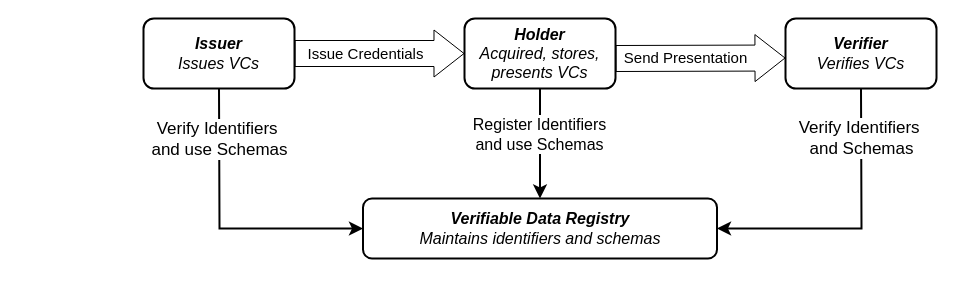
The draw.io diagram diagrams/ecosystem.drawio in w3c/vc-data-model, before the edit. Source tidied: cells renumbered, new cells numbered last; positions are measured from the earlier drawing's top-left corner, leaving out a move shared by most shapes. Both pictures are drawn from the tidied source at 100%, with x=0, y=0 at pixel (26, 18).
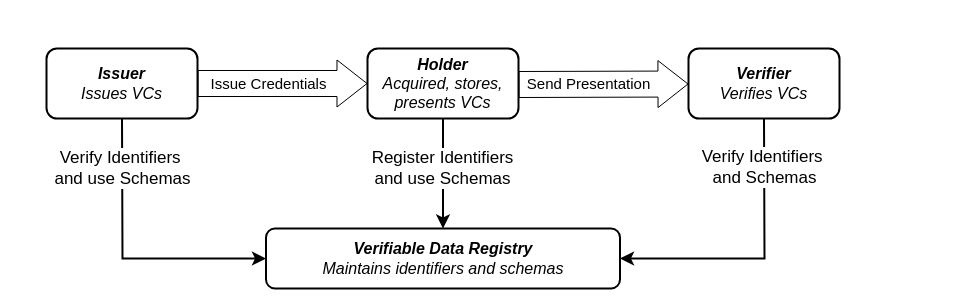
After the change.

The edit, as a diff of the source:
```diff
@@
+    <mxCell id="4" style="edgeStyle=none;curved=1;rounded=0;orthogonalLoop=1;jettySize=auto;html=1;exitX=0;exitY=0.5;exitDx=0;exitDy=0;fontSize=12;startSize=8;endSize=8;" parent="1" edge="1">
+      <mxGeometry relative="1" as="geometry">
+        <mxPoint y="101" as="sourcePoint" />
+        <mxPoint y="101" as="targetPoint" />
+      </mxGeometry>
+    </mxCell>
+    <mxCell id="17" style="group;" parent="1" vertex="1">
+      <mxGeometry x="20" y="30" width="793" height="240" as="geometry" />
+    </mxCell>
-    <mxCell id="2" style="endArrow=classic;html=1;rounded=0;fontSize=12;startSize=8;endSize=8;curved=1;strokeWidth=2;exitX=0.5;exitY=1;exitDx=0;exitDy=0;entryX=0.5;entryY=0;entryDx=0;entryDy=0;" parent="1" edge="1" source="6" target="5">
+    <mxCell id="2" style="endArrow=classic;html=1;rounded=0;fontSize=12;startSize=8;endSize=8;curved=1;strokeWidth=2;exitX=0.5;exitY=1;exitDx=0;exitDy=0;entryX=0.5;entryY=0;entryDx=0;entryDy=0;" parent="17" edge="1" source="6" target="5">
       <mxGeometry relative="1" as="geometry" />
     </mxCell>
-    <mxCell id="3" value="Register Identifiers&lt;div&gt;and use Schemas&lt;/div&gt;" style="edgeLabel;html=1;align=center;verticalAlign=middle;fontSize=16;" parent="2" vertex="1">
-      <mxGeometry x="-0.18" y="-1" relative="1" as="geometry" />
+    <mxCell id="3" value="&lt;font style=&quot;font-size: 17px;&quot;&gt;Register Identifiers&lt;/font&gt;&lt;div style=&quot;font-size: 17px;&quot;&gt;&lt;font style=&quot;font-size: 17px;&quot;&gt;and use Schemas&lt;/font&gt;&lt;/div&gt;" style="edgeLabel;html=1;align=center;verticalAlign=middle;fontSize=16;" parent="2" vertex="1">
+      <mxGeometry x="-0.18" y="-1" relative="1" as="geometry">
+        <mxPoint y="4" as="offset" />
+      </mxGeometry>
     </mxCell>
-    <mxCell id="4" style="edgeStyle=none;curved=1;rounded=0;orthogonalLoop=1;jettySize=auto;html=1;exitX=0;exitY=0.5;exitDx=0;exitDy=0;fontSize=12;startSize=8;endSize=8;" parent="1" edge="1">
-      <mxGeometry relative="1" as="geometry">
-        <mxPoint y="101" as="sourcePoint" />
-        <mxPoint y="101" as="targetPoint" />
-      </mxGeometry>
-    </mxCell>
-    <mxCell id="5" value="&lt;font style=&quot;font-size: 16px;&quot;&gt;&lt;i&gt;&lt;b&gt;Verifiable Data Registry&lt;/b&gt;&lt;/i&gt;&lt;/font&gt;&lt;div&gt;&lt;font style=&quot;font-size: 16px;&quot;&gt;&lt;i&gt;Maintains identifiers and schemas&lt;/i&gt;&lt;/font&gt;&lt;/div&gt;" style="rounded=1;whiteSpace=wrap;html=1;fillColor=none;strokeWidth=2;" parent="1" vertex="1">
-      <mxGeometry x="336.5" y="180" width="354" height="60" as="geometry" />
+    <mxCell id="5" value="&lt;font style=&quot;font-size: 16px;&quot;&gt;&lt;i&gt;&lt;b&gt;Verifiable Data Registry&lt;/b&gt;&lt;/i&gt;&lt;/font&gt;&lt;div&gt;&lt;font style=&quot;font-size: 16px;&quot;&gt;&lt;i&gt;Maintains identifiers and schemas&lt;/i&gt;&lt;/font&gt;&lt;/div&gt;" style="rounded=1;whiteSpace=wrap;html=1;fillColor=none;strokeWidth=2;" parent="17" vertex="1">
+      <mxGeometry x="219.5" y="180" width="354" height="60" as="geometry" />
     </mxCell>
-    <mxCell id="6" value="&lt;div&gt;&lt;font style=&quot;font-size: 16px;&quot;&gt;&lt;i&gt;&lt;b&gt;Holder&lt;/b&gt;&lt;/i&gt;&lt;/font&gt;&lt;/div&gt;&lt;div&gt;&lt;font style=&quot;font-size: 16px;&quot;&gt;&lt;i&gt;Acquired, stores, presents VCs&lt;/i&gt;&lt;/font&gt;&lt;/div&gt;" style="rounded=1;whiteSpace=wrap;html=1;fillColor=none;strokeWidth=2;" parent="1" vertex="1">
-      <mxGeometry x="438" width="151" height="70" as="geometry" />
+    <mxCell id="6" value="&lt;div&gt;&lt;font style=&quot;font-size: 16px;&quot;&gt;&lt;i&gt;&lt;b&gt;Holder&lt;/b&gt;&lt;/i&gt;&lt;/font&gt;&lt;/div&gt;&lt;div&gt;&lt;font style=&quot;font-size: 16px;&quot;&gt;&lt;i&gt;Acquired, stores, presents VCs&lt;/i&gt;&lt;/font&gt;&lt;/div&gt;" style="rounded=1;whiteSpace=wrap;html=1;fillColor=none;strokeWidth=2;" parent="17" vertex="1">
+      <mxGeometry x="321" width="151" height="70" as="geometry" />
     </mxCell>
-    <mxCell id="7" value="&lt;div&gt;&lt;span style=&quot;font-size: 16px;&quot;&gt;&lt;b&gt;&lt;i&gt;Verifier&lt;/i&gt;&lt;/b&gt;&lt;/span&gt;&lt;/div&gt;&lt;div&gt;&lt;font style=&quot;font-size: 16px;&quot;&gt;&lt;i&gt;Verifies VCs&lt;/i&gt;&lt;/font&gt;&lt;/div&gt;" style="rounded=1;whiteSpace=wrap;html=1;fillColor=none;strokeWidth=2;" parent="1" vertex="1">
-      <mxGeometry x="759" width="151" height="70" as="geometry" />
+    <mxCell id="7" value="&lt;div&gt;&lt;span style=&quot;font-size: 16px;&quot;&gt;&lt;b&gt;&lt;i&gt;Verifier&lt;/i&gt;&lt;/b&gt;&lt;/span&gt;&lt;/div&gt;&lt;div&gt;&lt;font style=&quot;font-size: 16px;&quot;&gt;&lt;i&gt;Verifies VCs&lt;/i&gt;&lt;/font&gt;&lt;/div&gt;" style="rounded=1;whiteSpace=wrap;html=1;fillColor=none;strokeWidth=2;" parent="17" vertex="1">
+      <mxGeometry x="642" width="151" height="70" as="geometry" />
     </mxCell>
-    <mxCell id="8" value="&lt;div&gt;&lt;span style=&quot;font-size: 16px;&quot;&gt;&lt;b&gt;&lt;i&gt;Issuer&lt;/i&gt;&lt;/b&gt;&lt;/span&gt;&lt;/div&gt;&lt;div&gt;&lt;font style=&quot;font-size: 16px;&quot;&gt;&lt;i&gt;Issues VCs&lt;/i&gt;&lt;/font&gt;&lt;/div&gt;" style="rounded=1;whiteSpace=wrap;html=1;fillColor=none;strokeWidth=2;" parent="1" vertex="1">
-      <mxGeometry x="117" width="151" height="70" as="geometry" />
+    <mxCell id="8" value="&lt;div&gt;&lt;span style=&quot;font-size: 16px;&quot;&gt;&lt;b&gt;&lt;i&gt;Issuer&lt;/i&gt;&lt;/b&gt;&lt;/span&gt;&lt;/div&gt;&lt;div&gt;&lt;font style=&quot;font-size: 16px;&quot;&gt;&lt;i&gt;Issues VCs&lt;/i&gt;&lt;/font&gt;&lt;/div&gt;" style="rounded=1;whiteSpace=wrap;html=1;fillColor=none;strokeWidth=2;" parent="17" vertex="1">
+      <mxGeometry width="151" height="70" as="geometry" />
     </mxCell>
-    <mxCell id="9" style="edgeStyle=elbowEdgeStyle;elbow=horizontal;endArrow=classic;html=1;curved=0;rounded=0;endSize=8;startSize=8;fontSize=12;exitX=0.5;exitY=1;exitDx=0;exitDy=0;entryX=0;entryY=0.5;entryDx=0;entryDy=0;strokeWidth=2;" parent="1" edge="1" source="8" target="5">
+    <mxCell id="9" style="edgeStyle=elbowEdgeStyle;elbow=horizontal;endArrow=classic;html=1;curved=0;rounded=0;endSize=8;startSize=8;fontSize=12;exitX=0.5;exitY=1;exitDx=0;exitDy=0;entryX=0;entryY=0.5;entryDx=0;entryDy=0;strokeWidth=2;" parent="17" edge="1" source="8" target="5">
       <mxGeometry relative="1" as="geometry">
         <Array as="points">
-          <mxPoint x="193" y="140" />
+          <mxPoint x="76" y="140" />
         </Array>
       </mxGeometry>
     </mxCell>
     <mxCell id="10" value="&lt;font style=&quot;font-size: 17px;&quot;&gt;Verify Identifiers&amp;nbsp;&lt;/font&gt;&lt;div&gt;&lt;font style=&quot;font-size: 17px;&quot;&gt;and use Schemas&lt;/font&gt;&lt;/div&gt;" style="edgeLabel;html=1;align=center;verticalAlign=middle;fontSize=12;" parent="9" vertex="1">
       <mxGeometry x="-0.6" y="-1" relative="1" as="geometry">
-        <mxPoint y="-6" as="offset" />
+        <mxPoint y="-7" as="offset" />
       </mxGeometry>
     </mxCell>
-    <mxCell id="11" style="edgeStyle=elbowEdgeStyle;elbow=horizontal;endArrow=classic;html=1;curved=0;rounded=0;endSize=8;startSize=8;fontSize=12;exitX=0.5;exitY=1;exitDx=0;exitDy=0;entryX=1;entryY=0.5;entryDx=0;entryDy=0;strokeWidth=2;" parent="1" edge="1" source="7" target="5">
+    <mxCell id="11" style="edgeStyle=elbowEdgeStyle;elbow=horizontal;endArrow=classic;html=1;curved=0;rounded=0;endSize=8;startSize=8;fontSize=12;exitX=0.5;exitY=1;exitDx=0;exitDy=0;entryX=1;entryY=0.5;entryDx=0;entryDy=0;strokeWidth=2;" parent="17" edge="1" source="7" target="5">
       <mxGeometry relative="1" as="geometry">
         <Array as="points">
-          <mxPoint x="835" y="150" />
+          <mxPoint x="718" y="150" />
         </Array>
       </mxGeometry>
     </mxCell>
     <mxCell id="12" value="&lt;font style=&quot;font-size: 17px;&quot;&gt;Verify Identifiers&amp;nbsp;&lt;/font&gt;&lt;div&gt;&lt;font style=&quot;font-size: 17px;&quot;&gt;and Schemas&lt;/font&gt;&lt;/div&gt;" style="edgeLabel;html=1;align=center;verticalAlign=middle;fontSize=12;" parent="11" vertex="1">
       <mxGeometry x="-0.6" y="-1" relative="1" as="geometry">
-        <mxPoint y="-7" as="offset" />
+        <mxPoint y="-8" as="offset" />
       </mxGeometry>
     </mxCell>
-    <mxCell id="13" style="shape=flexArrow;endArrow=classic;html=1;rounded=0;fontSize=12;startSize=8;endSize=9.67;curved=1;width=26;entryX=0;entryY=0.5;entryDx=0;entryDy=0;exitX=1;exitY=0.5;exitDx=0;exitDy=0;" parent="1" edge="1" source="8" target="6">
+    <mxCell id="13" style="shape=flexArrow;endArrow=classic;html=1;rounded=0;fontSize=12;startSize=8;endSize=9.67;curved=1;width=26;entryX=0;entryY=0.5;entryDx=0;entryDy=0;exitX=1;exitY=0.5;exitDx=0;exitDy=0;" parent="17" edge="1" source="8" target="6">
       <mxGeometry relative="1" as="geometry" />
     </mxCell>
@@
-    <mxCell id="15" style="shape=flexArrow;endArrow=classic;html=1;rounded=0;fontSize=12;startSize=8;endSize=9.67;curved=1;width=26;entryX=0;entryY=0.5;entryDx=0;entryDy=0;" parent="1" edge="1">
+    <mxCell id="15" style="shape=flexArrow;endArrow=classic;html=1;rounded=0;fontSize=12;startSize=8;endSize=9.67;curved=1;width=26;entryX=0;entryY=0.5;entryDx=0;entryDy=0;" parent="17" edge="1">
       <mxGeometry relative="1" as="geometry">
-        <mxPoint x="589" y="40" as="sourcePoint" />
-        <mxPoint x="759" y="39.5" as="targetPoint" />
+        <mxPoint x="472" y="36" as="sourcePoint" />
+        <mxPoint x="642" y="35.5" as="targetPoint" />
       </mxGeometry>
     </mxCell>
```
